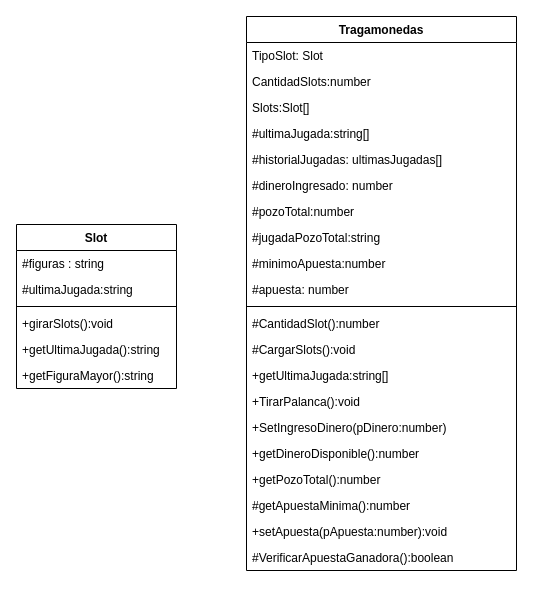
The draw.io diagram MaquinaTragamonedas.drawio in gceballos23/Casino, before the edit. Source tidied: cells renumbered, new cells numbered last; positions are measured from the earlier drawing's top-left corner, leaving out a move shared by most shapes. Both pictures are drawn from the tidied source at 100%, with x=0, y=0 at pixel (16, 16).
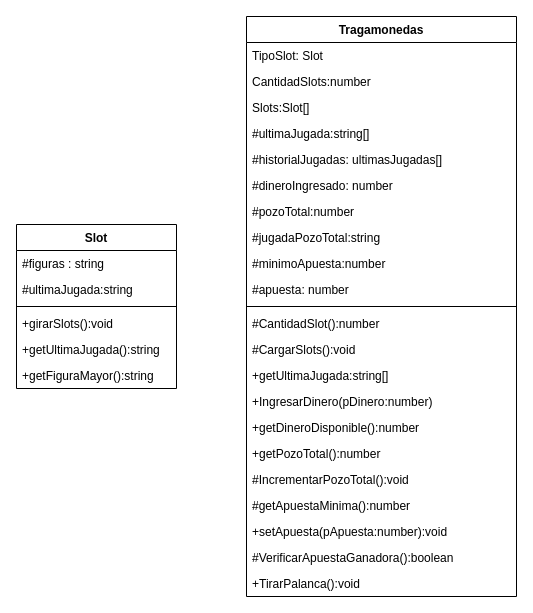
The same diagram, later.

Commit message (it also covers changes not shown here):
casino  - maquina tragamonedas

Diff of the diagram source:
```diff
@@
     <mxCell id="9" value="Tragamonedas" style="swimlane;fontStyle=1;align=center;verticalAlign=top;horizontal=1;startSize=26;" parent="1" vertex="1">
-      <mxGeometry x="230" width="270" height="554" as="geometry" />
+      <mxGeometry x="230" width="270" height="580" as="geometry" />
     </mxCell>
@@
-    <mxCell id="24" value="+TirarPalanca():void" style="text;strokeColor=none;fillColor=none;align=left;verticalAlign=top;spacingLeft=4;spacingRight=4;overflow=hidden;" parent="9" vertex="1">
-      <mxGeometry y="372" width="270" height="26" as="geometry" />
-    </mxCell>
-    <mxCell id="25" value="+SetIngresoDinero(pDinero:number)" style="text;strokeColor=none;fillColor=none;align=left;verticalAlign=top;spacingLeft=4;spacingRight=4;overflow=hidden;" parent="9" vertex="1">
-      <mxGeometry y="398" width="270" height="26" as="geometry" />
+    <mxCell id="25" value="+IngresarDinero(pDinero:number)" style="text;strokeColor=none;fillColor=none;align=left;verticalAlign=top;spacingLeft=4;spacingRight=4;overflow=hidden;" parent="9" vertex="1">
+      <mxGeometry y="372" width="270" height="26" as="geometry" />
     </mxCell>
     <mxCell id="26" value="+getDineroDisponible():number" style="text;strokeColor=none;fillColor=none;align=left;verticalAlign=top;spacingLeft=4;spacingRight=4;overflow=hidden;" parent="9" vertex="1">
-      <mxGeometry y="424" width="270" height="26" as="geometry" />
+      <mxGeometry y="398" width="270" height="26" as="geometry" />
     </mxCell>
     <mxCell id="27" value="+getPozoTotal():number" style="text;strokeColor=none;fillColor=none;align=left;verticalAlign=top;spacingLeft=4;spacingRight=4;overflow=hidden;" parent="9" vertex="1">
-      <mxGeometry y="450" width="270" height="26" as="geometry" />
+      <mxGeometry y="424" width="270" height="26" as="geometry" />
     </mxCell>
+    <mxCell id="31" value="#IncrementarPozoTotal():void" style="text;strokeColor=none;fillColor=none;align=left;verticalAlign=top;spacingLeft=4;spacingRight=4;overflow=hidden;" parent="9" vertex="1">
+      <mxGeometry y="450" width="270" height="26" as="geometry" />
+    </mxCell>
@@
+    <mxCell id="24" value="+TirarPalanca():void" style="text;strokeColor=none;fillColor=none;align=left;verticalAlign=top;spacingLeft=4;spacingRight=4;overflow=hidden;" parent="9" vertex="1">
+      <mxGeometry y="554" width="270" height="26" as="geometry" />
+    </mxCell>
```
